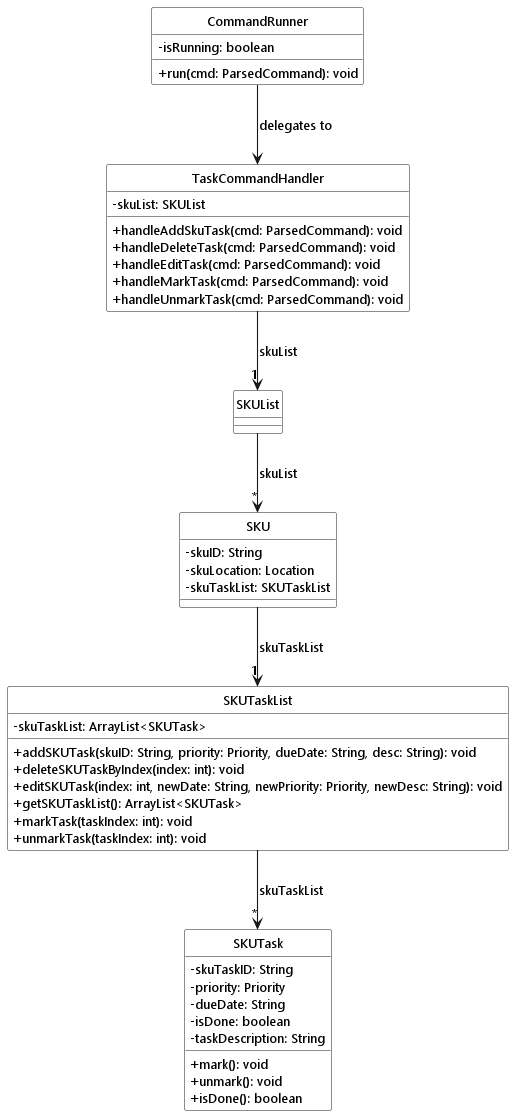
The PlantUML diagram docs/diagrams/skutask-operations/skutask-architecture.png in heehaw1234/tp, before a commit.
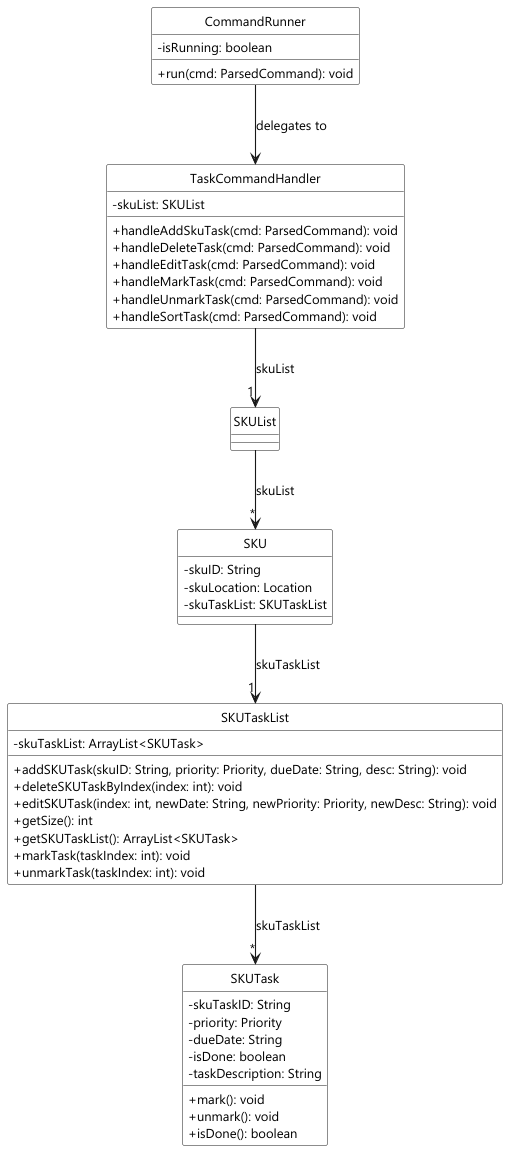
Above is the later version.

What changed in the source:
```diff
@@ -16,6 +16,7 @@
   + handleEditTask(cmd: ParsedCommand): void
   + handleMarkTask(cmd: ParsedCommand): void
   + handleUnmarkTask(cmd: ParsedCommand): void
+  + handleSortTask(cmd: ParsedCommand): void
 }
 
 class SKUList MODEL_COLOR {
@@ -32,6 +33,7 @@
   + addSKUTask(skuID: String, priority: Priority, dueDate: String, desc: String): void
   + deleteSKUTaskByIndex(index: int): void
   + editSKUTask(index: int, newDate: String, newPriority: Priority, newDesc: String): void
+  + getSize(): int
   + getSKUTaskList(): ArrayList<SKUTask>
   + markTask(taskIndex: int): void
   + unmarkTask(taskIndex: int): void
```
